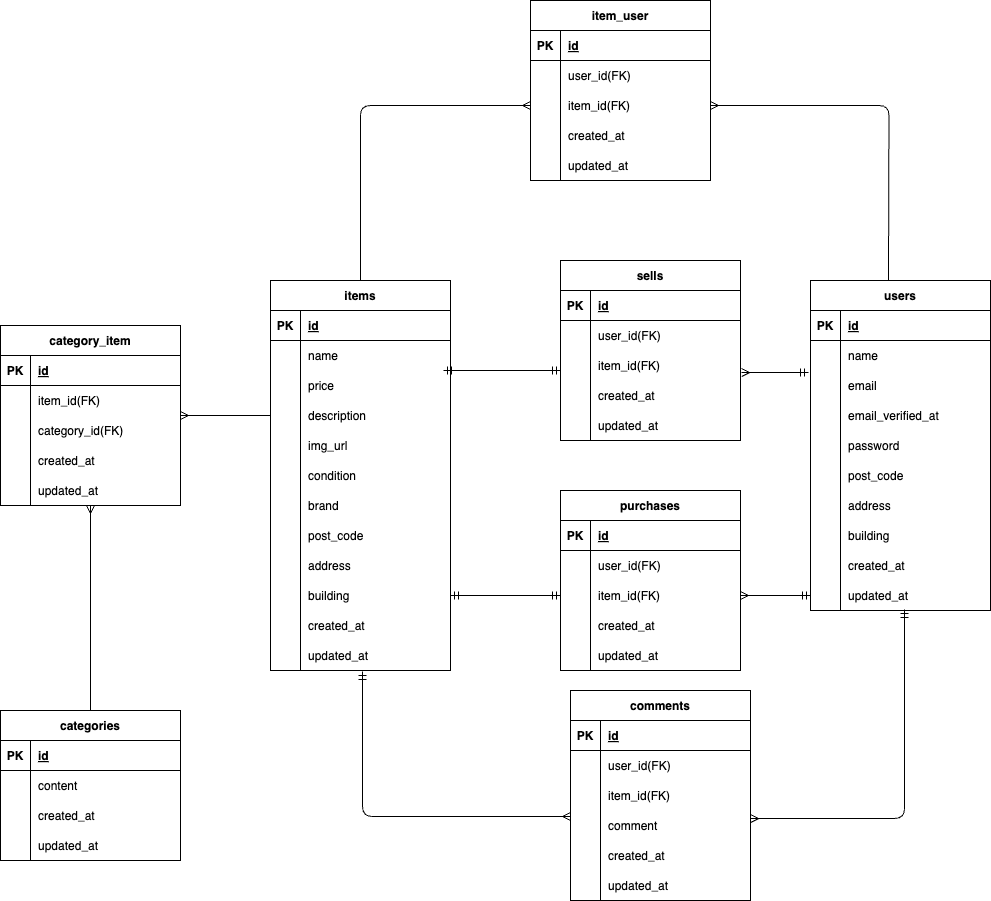
The draw.io diagram .drawio.png in hirata784/flea_market_app, before a commit. Source tidied: cells renumbered, new cells last; positions are measured from the earlier drawing's top-left corner, leaving out a move shared by most shapes.
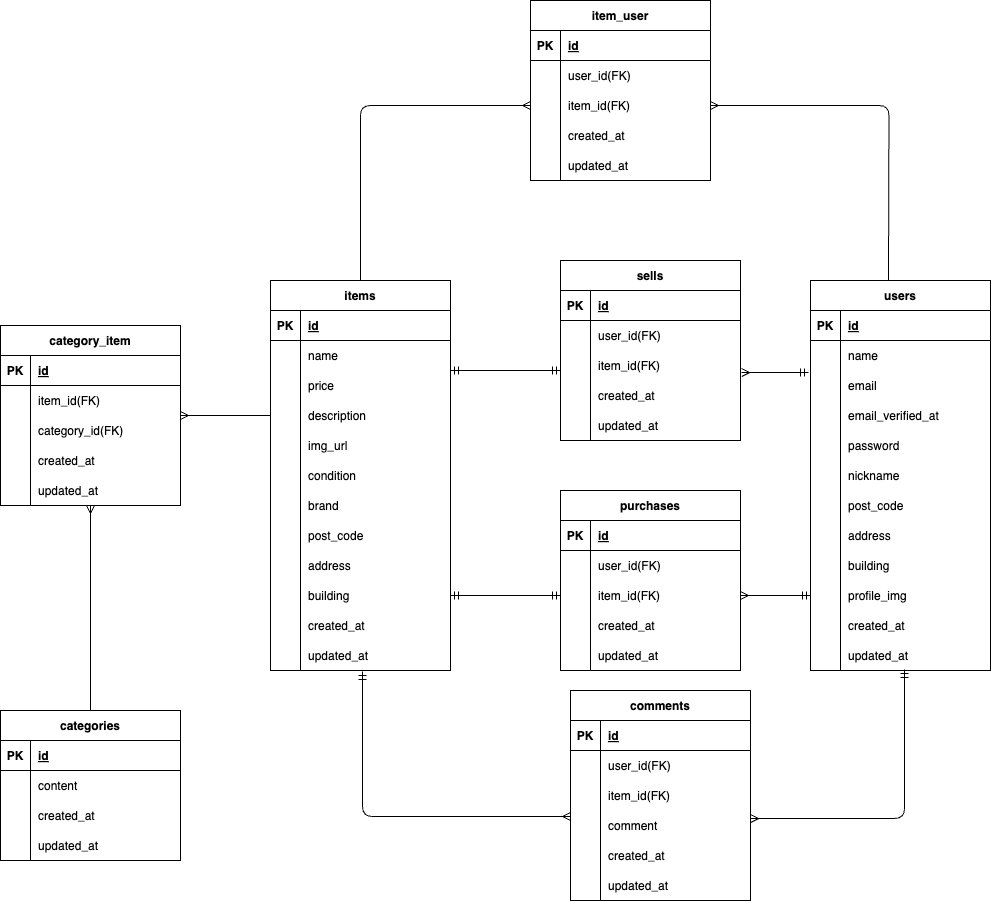
Above is the later version.

Diff of the diagram source:
```diff
@@ -222,7 +222,7 @@
       <mxGeometry x="30" width="150" height="30" as="geometry" />
     </mxCell>
     <mxCell id="75" value="users" style="shape=table;startSize=30;rowLines=0;fontStyle=1;align=center;" parent="1" vertex="1">
-      <mxGeometry x="810" y="280" width="180" height="330" as="geometry" />
+      <mxGeometry x="810" y="280" width="180" height="390" as="geometry" />
     </mxCell>
     <mxCell id="76" style="shape=tableRow;horizontal=0;startSize=0;swimlaneHead=0;swimlaneBody=0;fillColor=none;top=0;left=0;right=0;bottom=1;" parent="75" vertex="1">
       <mxGeometry y="30" width="180" height="30" as="geometry" />
@@ -269,8 +269,17 @@
     <mxCell id="90" value="password" style="shape=partialRectangle;fillColor=none;top=0;left=0;bottom=0;right=0;align=left;spacingLeft=6;overflow=hidden;" parent="88" vertex="1">
       <mxGeometry x="30" width="150" height="30" as="geometry" />
     </mxCell>
+    <mxCell id="176" style="shape=tableRow;horizontal=0;startSize=0;swimlaneHead=0;swimlaneBody=0;fillColor=none;top=0;left=0;right=0;bottom=0;" parent="75" vertex="1">
+      <mxGeometry y="180" width="180" height="30" as="geometry" />
+    </mxCell>
+    <mxCell id="177" style="shape=partialRectangle;fillColor=none;top=0;left=0;bottom=0;right=0;overflow=hidden;" parent="176" vertex="1">
+      <mxGeometry width="30" height="30" as="geometry" />
+    </mxCell>
+    <mxCell id="178" value="nickname" style="shape=partialRectangle;fillColor=none;top=0;left=0;bottom=0;right=0;align=left;spacingLeft=6;overflow=hidden;" parent="176" vertex="1">
+      <mxGeometry x="30" width="150" height="30" as="geometry" />
+    </mxCell>
     <mxCell id="91" style="shape=tableRow;horizontal=0;startSize=0;swimlaneHead=0;swimlaneBody=0;fillColor=none;top=0;left=0;right=0;bottom=0;" parent="75" vertex="1">
-      <mxGeometry y="180" width="180" height="30" as="geometry" />
+      <mxGeometry y="210" width="180" height="30" as="geometry" />
     </mxCell>
     <mxCell id="92" style="shape=partialRectangle;fillColor=none;top=0;left=0;bottom=0;right=0;overflow=hidden;" parent="91" vertex="1">
       <mxGeometry width="30" height="30" as="geometry" />
@@ -279,7 +288,7 @@
       <mxGeometry x="30" width="150" height="30" as="geometry" />
     </mxCell>
     <mxCell id="94" style="shape=tableRow;horizontal=0;startSize=0;swimlaneHead=0;swimlaneBody=0;fillColor=none;top=0;left=0;right=0;bottom=0;" parent="75" vertex="1">
-      <mxGeometry y="210" width="180" height="30" as="geometry" />
+      <mxGeometry y="240" width="180" height="30" as="geometry" />
     </mxCell>
     <mxCell id="95" style="shape=partialRectangle;fillColor=none;top=0;left=0;bottom=0;right=0;overflow=hidden;" parent="94" vertex="1">
       <mxGeometry width="30" height="30" as="geometry" />
@@ -288,7 +297,7 @@
       <mxGeometry x="30" width="150" height="30" as="geometry" />
     </mxCell>
     <mxCell id="97" style="shape=tableRow;horizontal=0;startSize=0;swimlaneHead=0;swimlaneBody=0;fillColor=none;top=0;left=0;right=0;bottom=0;" parent="75" vertex="1">
-      <mxGeometry y="240" width="180" height="30" as="geometry" />
+      <mxGeometry y="270" width="180" height="30" as="geometry" />
     </mxCell>
     <mxCell id="98" style="shape=partialRectangle;fillColor=none;top=0;left=0;bottom=0;right=0;overflow=hidden;" parent="97" vertex="1">
       <mxGeometry width="30" height="30" as="geometry" />
@@ -296,8 +305,17 @@
     <mxCell id="99" value="building" style="shape=partialRectangle;fillColor=none;top=0;left=0;bottom=0;right=0;align=left;spacingLeft=6;overflow=hidden;" parent="97" vertex="1">
       <mxGeometry x="30" width="150" height="30" as="geometry" />
     </mxCell>
+    <mxCell id="179" style="shape=tableRow;horizontal=0;startSize=0;swimlaneHead=0;swimlaneBody=0;fillColor=none;points=[[0,0.5],[1,0.5]];portConstraint=eastwest;top=0;left=0;right=0;bottom=0;" parent="75" vertex="1">
+      <mxGeometry y="300" width="180" height="30" as="geometry" />
+    </mxCell>
+    <mxCell id="180" style="shape=partialRectangle;fillColor=none;top=0;left=0;bottom=0;right=0;overflow=hidden;" parent="179" vertex="1">
+      <mxGeometry width="30" height="30" as="geometry" />
+    </mxCell>
+    <mxCell id="181" value="profile_img" style="shape=partialRectangle;fillColor=none;top=0;left=0;bottom=0;right=0;align=left;spacingLeft=6;overflow=hidden;" parent="179" vertex="1">
+      <mxGeometry x="30" width="150" height="30" as="geometry" />
+    </mxCell>
     <mxCell id="100" style="shape=tableRow;horizontal=0;startSize=0;swimlaneHead=0;swimlaneBody=0;fillColor=none;top=0;left=0;right=0;bottom=0;" parent="75" vertex="1">
-      <mxGeometry y="270" width="180" height="30" as="geometry" />
+      <mxGeometry y="330" width="180" height="30" as="geometry" />
     </mxCell>
     <mxCell id="101" style="shape=partialRectangle;fillColor=none;top=0;left=0;bottom=0;right=0;overflow=hidden;" parent="100" vertex="1">
       <mxGeometry width="30" height="30" as="geometry" />
@@ -306,7 +324,7 @@
       <mxGeometry x="30" width="150" height="30" as="geometry" />
     </mxCell>
     <mxCell id="103" style="shape=tableRow;horizontal=0;startSize=0;swimlaneHead=0;swimlaneBody=0;fillColor=none;points=[[0,0.5],[1,0.5]];portConstraint=eastwest;top=0;left=0;right=0;bottom=0;" parent="75" vertex="1">
-      <mxGeometry y="300" width="180" height="30" as="geometry" />
+      <mxGeometry y="360" width="180" height="30" as="geometry" />
     </mxCell>
     <mxCell id="104" style="shape=partialRectangle;fillColor=none;top=0;left=0;bottom=0;right=0;overflow=hidden;" parent="103" vertex="1">
       <mxGeometry width="30" height="30" as="geometry" />
@@ -473,7 +491,7 @@
     <mxCell id="156" style="edgeStyle=none;html=1;exitX=0;exitY=0.5;exitDx=0;exitDy=0;entryX=1;entryY=0.5;entryDx=0;entryDy=0;endArrow=ERmandOne;endFill=0;startArrow=ERmandOne;startFill=0;" parent="1" edge="1" source="126" target="30">
       <mxGeometry relative="1" as="geometry" />
     </mxCell>
-    <mxCell id="157" style="edgeStyle=none;html=1;exitX=1;exitY=0.5;exitDx=0;exitDy=0;endArrow=ERmandOne;endFill=0;entryX=0;entryY=0.5;entryDx=0;entryDy=0;startArrow=ERmany;startFill=0;" parent="1" edge="1" source="126" target="103">
+    <mxCell id="157" style="edgeStyle=none;html=1;exitX=1;exitY=0.5;exitDx=0;exitDy=0;endArrow=ERmandOne;endFill=0;entryX=0;entryY=0.5;entryDx=0;entryDy=0;startArrow=ERmany;startFill=0;" parent="1" edge="1" source="126" target="179">
       <mxGeometry relative="1" as="geometry" />
     </mxCell>
     <mxCell id="158" value="sells" style="shape=table;startSize=30;rowLines=0;fontStyle=1;align=center;" parent="1" vertex="1">
@@ -524,9 +542,10 @@
     <mxCell id="173" value="updated_at" style="shape=partialRectangle;fillColor=none;top=0;left=0;bottom=0;right=0;align=left;spacingLeft=6;overflow=hidden;" parent="171" vertex="1">
       <mxGeometry x="30" width="150" height="30" as="geometry" />
     </mxCell>
-    <mxCell id="174" style="html=1;exitX=0;exitY=0.5;exitDx=0;exitDy=0;entryX=0.961;entryY=0;entryDx=0;entryDy=0;endArrow=ERmandOne;endFill=0;entryPerimeter=0;startArrow=ERmandOne;startFill=0;" parent="1" edge="1" target="9">
+    <mxCell id="174" style="html=1;exitX=0;exitY=0.5;exitDx=0;exitDy=0;endArrow=ERmandOne;endFill=0;startArrow=ERmandOne;startFill=0;" parent="1" edge="1">
       <mxGeometry relative="1" as="geometry">
         <mxPoint x="560" y="370" as="sourcePoint" />
+        <mxPoint x="450" y="370" as="targetPoint" />
       </mxGeometry>
     </mxCell>
     <mxCell id="175" style="html=1;exitX=1.006;exitY=0.733;exitDx=0;exitDy=0;entryX=-0.011;entryY=0.067;entryDx=0;entryDy=0;endArrow=ERmandOne;endFill=0;entryPerimeter=0;exitPerimeter=0;startArrow=ERmany;startFill=0;" parent="1" edge="1" source="165" target="82">
```
